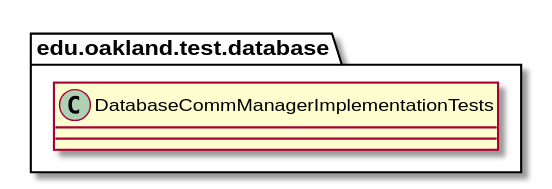
This is docs/uml-class-diagrams/database/test/DatabaseCommManagerImplementationTests/DatabaseCommManagerImplementationTests.svg from elilley15/csi-3370-software-project, a PlantUML export, as it was before one commit.
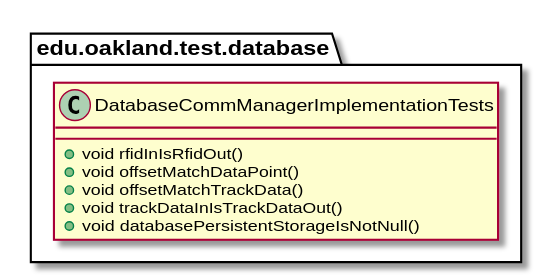
The same file after the commit.

Change to the diagram source:
```diff
@@ -2,7 +2,11 @@
 
 package edu.oakland.test.database {
     class DatabaseCommManagerImplementationTests {
-
+        + void rfidInIsRfidOut()
+        + void offsetMatchDataPoint()
+        + void offsetMatchTrackData()
+        + void trackDataInIsTrackDataOut()
+        + void databasePersistentStorageIsNotNull()
     }
 }
 
```
